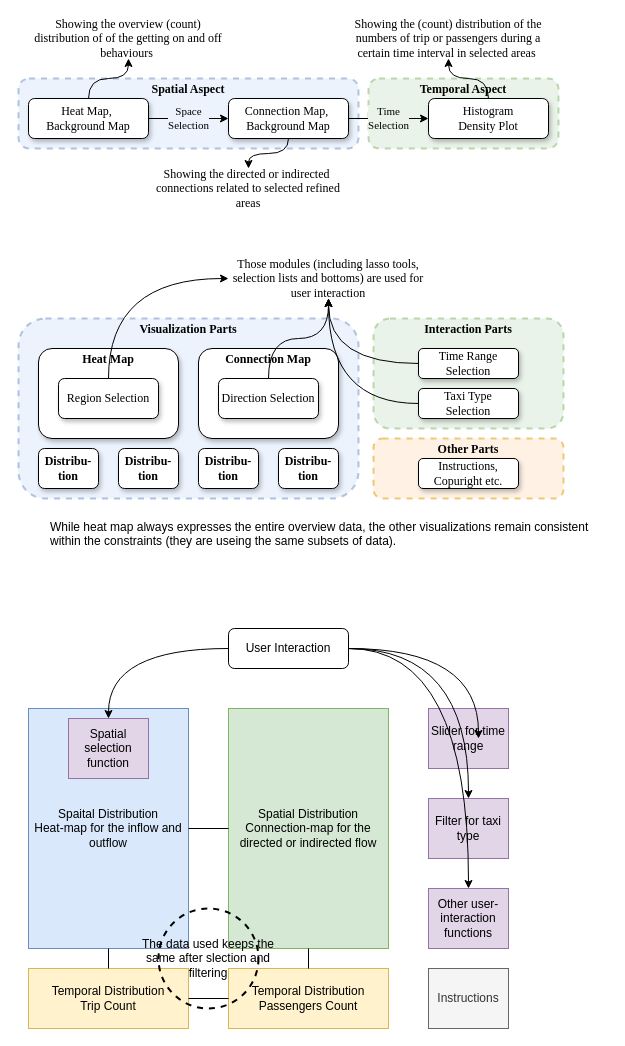
Before: page "第 1 页" (1 of 2) of Visualization.drawio in GongSicong/DataVisualization, a draw.io diagram. Source tidied: cells renumbered, new cells numbered last; positions are measured from the earlier drawing's top-left corner, leaving out a move shared by most shapes. Both pictures are drawn from the tidied source at 100%, with x=0, y=0 at pixel (18, 18).
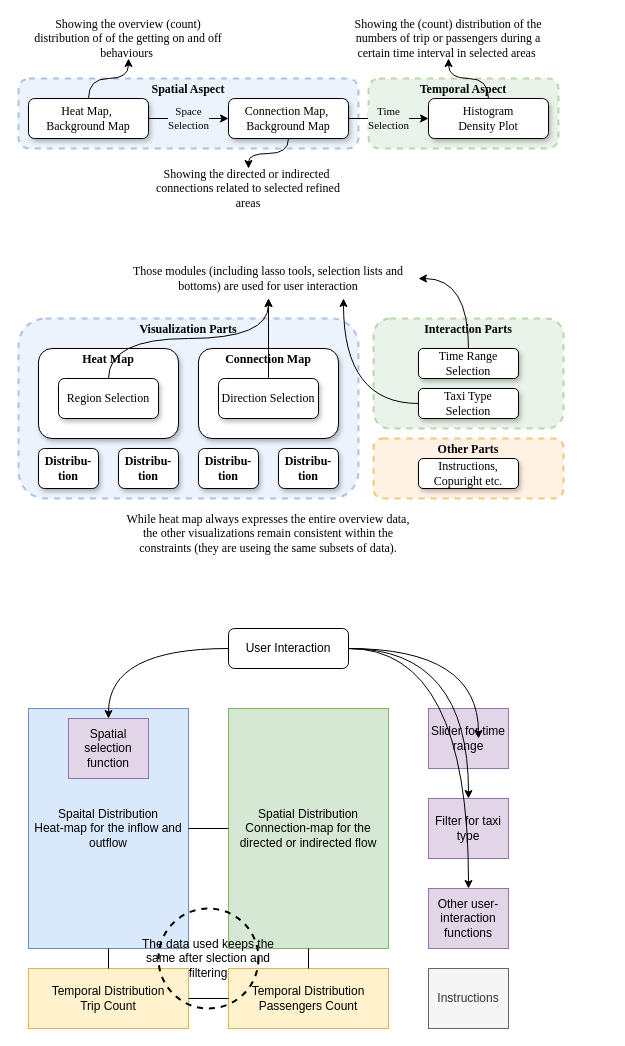
After the change.

Unchanged cells that the change refers to:
```xml
<mxCell id="39" value="Region Selection" style="rounded=1;whiteSpace=wrap;html=1;shadow=1;fontFamily=Times New Roman;" parent="1" vertex="1">
  <mxGeometry x="40" y="360" width="100" height="40" as="geometry" />
</mxCell>
<mxCell id="41" value="Direction Selection" style="rounded=1;whiteSpace=wrap;html=1;shadow=1;fontFamily=Times New Roman;" parent="1" vertex="1">
  <mxGeometry x="200" y="360" width="100" height="40" as="geometry" />
</mxCell>
<mxCell id="46" value="Time Range Selection" style="rounded=1;whiteSpace=wrap;html=1;shadow=1;fontFamily=Times New Roman;" parent="1" vertex="1">
  <mxGeometry x="400" y="330" width="100" height="30" as="geometry" />
</mxCell>
<mxCell id="47" value="Taxi Type&lt;br&gt;Selection" style="rounded=1;whiteSpace=wrap;html=1;shadow=1;fontFamily=Times New Roman;" parent="1" vertex="1">
  <mxGeometry x="400" y="370" width="100" height="30" as="geometry" />
</mxCell>
```

Diff of the diagram source:
```diff
@@
-    <mxCell id="49" value="&lt;font face=&quot;Times New Roman&quot;&gt;Those modules (including lasso tools, selection lists and bottoms) are used for user interaction&lt;/font&gt;" style="text;html=1;strokeColor=none;fillColor=none;align=center;verticalAlign=middle;whiteSpace=wrap;rounded=0;" parent="1" vertex="1">
-      <mxGeometry x="210" y="240" width="200" height="40" as="geometry" />
+    <mxCell id="49" value="&lt;font&gt;Those modules (including lasso tools, selection lists and bottoms) are used for user interaction&lt;/font&gt;" style="text;html=1;strokeColor=none;fillColor=none;align=center;verticalAlign=middle;whiteSpace=wrap;rounded=0;fontFamily=Times New Roman;" parent="1" vertex="1">
+      <mxGeometry x="100" y="240" width="300" height="40" as="geometry" />
     </mxCell>
-    <mxCell id="50" style="endArrow=classic;html=1;rounded=0;edgeStyle=orthogonalEdgeStyle;curved=1;entryX=0;entryY=0.5;entryDx=0;entryDy=0;" parent="1" edge="1" source="39" target="49">
-      <mxGeometry relative="1" as="geometry">
-        <Array as="points">
-          <mxPoint x="90" y="260" />
-        </Array>
-      </mxGeometry>
+    <mxCell id="50" style="endArrow=classic;html=1;rounded=0;edgeStyle=orthogonalEdgeStyle;curved=1;entryX=0.5;entryY=1;entryDx=0;entryDy=0;fontFamily=Times New Roman;" parent="1" edge="1" source="39" target="49">
+      <mxGeometry relative="1" as="geometry" />
     </mxCell>
-    <mxCell id="51" style="endArrow=classic;html=1;rounded=0;edgeStyle=orthogonalEdgeStyle;curved=1;" parent="1" edge="1" source="41" target="49">
+    <mxCell id="51" style="endArrow=classic;html=1;rounded=0;edgeStyle=orthogonalEdgeStyle;curved=1;fontFamily=Times New Roman;" parent="1" edge="1" source="41" target="49">
       <mxGeometry relative="1" as="geometry" />
     </mxCell>
-    <mxCell id="52" style="endArrow=classic;html=1;rounded=0;edgeStyle=orthogonalEdgeStyle;curved=1;exitX=0;exitY=0.5;exitDx=0;exitDy=0;" parent="1" edge="1" source="46" target="49">
+    <mxCell id="52" style="endArrow=classic;html=1;rounded=0;edgeStyle=orthogonalEdgeStyle;curved=1;fontFamily=Times New Roman;entryX=1;entryY=0.5;entryDx=0;entryDy=0;" parent="1" edge="1" source="46" target="49">
       <mxGeometry relative="1" as="geometry" />
     </mxCell>
-    <mxCell id="53" style="endArrow=classic;html=1;rounded=0;edgeStyle=orthogonalEdgeStyle;curved=1;exitX=0;exitY=0.5;exitDx=0;exitDy=0;" parent="1" edge="1" source="47" target="49">
+    <mxCell id="53" style="endArrow=classic;html=1;rounded=0;edgeStyle=orthogonalEdgeStyle;curved=1;exitX=0;exitY=0.5;exitDx=0;exitDy=0;fontFamily=Times New Roman;entryX=0.75;entryY=1;entryDx=0;entryDy=0;" parent="1" edge="1" source="47" target="49">
       <mxGeometry relative="1" as="geometry" />
     </mxCell>
-    <mxCell id="54" value="While heat map always expresses the entire overview data, the other visualizations remain consistent within the constraints (they are useing the same subsets of data)." style="text;whiteSpace=wrap;" parent="1" vertex="1">
-      <mxGeometry x="30" y="495" width="560" height="50" as="geometry" />
+    <mxCell id="54" value="While heat map always expresses the entire overview data, the other visualizations remain consistent within the constraints (they are useing the same subsets of data)." style="text;whiteSpace=wrap;fontFamily=Times New Roman;align=center;verticalAlign=middle;" parent="1" vertex="1">
+      <mxGeometry x="100" y="495" width="300" height="40" as="geometry" />
     </mxCell>
```
